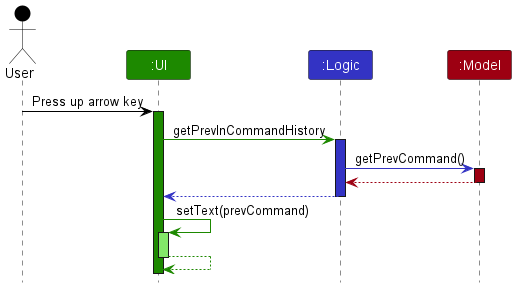
This is docs/images/NavigateCommandHistorySequenceDiagram.png from nus-cs2103-AY2223S1/tp, a PlantUML export, as it was before one commit. Its diagram source:
```plantuml
@startuml
!include style.puml

Actor User as user USER_COLOR
Participant ":UI" as ui UI_COLOR
Participant ":Logic" as logic LOGIC_COLOR
Participant ":Model" as model MODEL_COLOR

user -[USER_COLOR]> ui : Press up arrow key
activate ui UI_COLOR

ui -[UI_COLOR]> logic : getPrevInCommandHistory
activate logic LOGIC_COLOR

logic -[LOGIC_COLOR]> model : getPrevCommand()
activate model MODEL_COLOR

model -[MODEL_COLOR]-> logic
deactivate model

logic --[LOGIC_COLOR]> ui
deactivate logic

ui -[UI_COLOR]> ui : setText(prevCommand)
activate ui UI_COLOR_T1
ui --[UI_COLOR]> ui
deactivate ui

@enduml
```
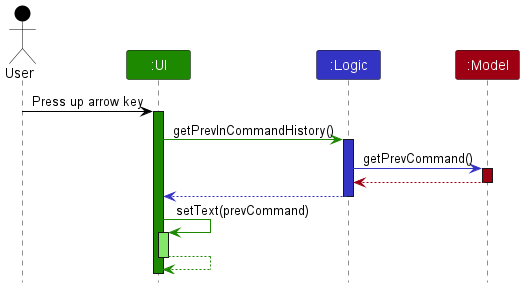
After the commit.

Diff of the diagram source:
```diff
@@ -9,7 +9,7 @@
 user -[USER_COLOR]> ui : Press up arrow key
 activate ui UI_COLOR
 
-ui -[UI_COLOR]> logic : getPrevInCommandHistory
+ui -[UI_COLOR]> logic : getPrevInCommandHistory()
 activate logic LOGIC_COLOR
 
 logic -[LOGIC_COLOR]> model : getPrevCommand()
```
